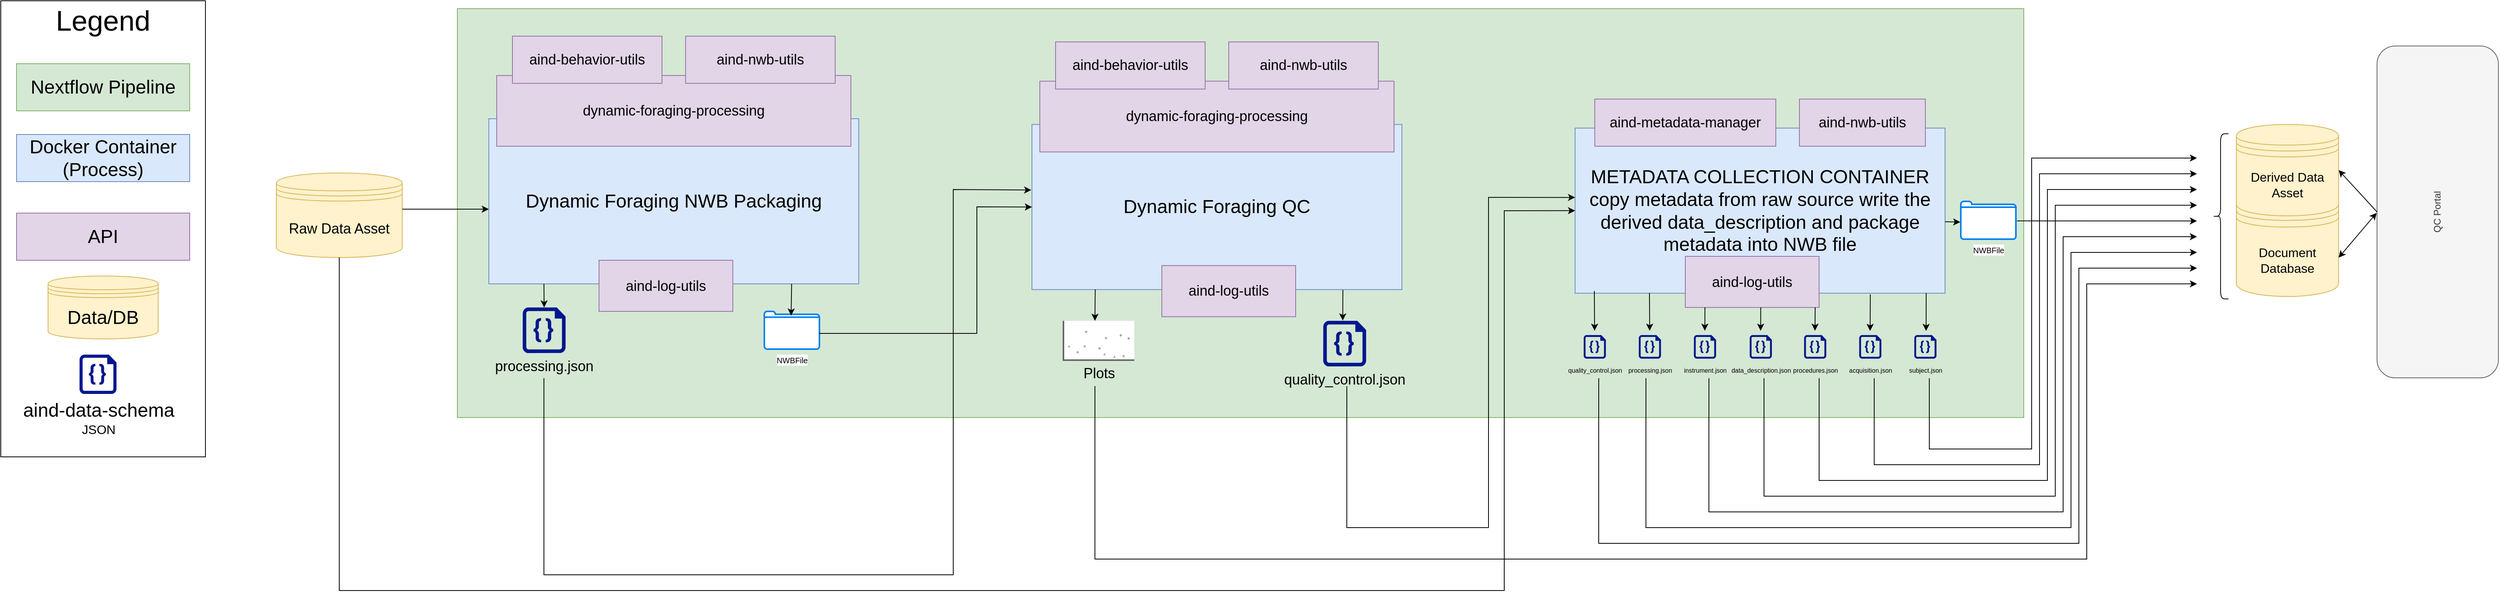
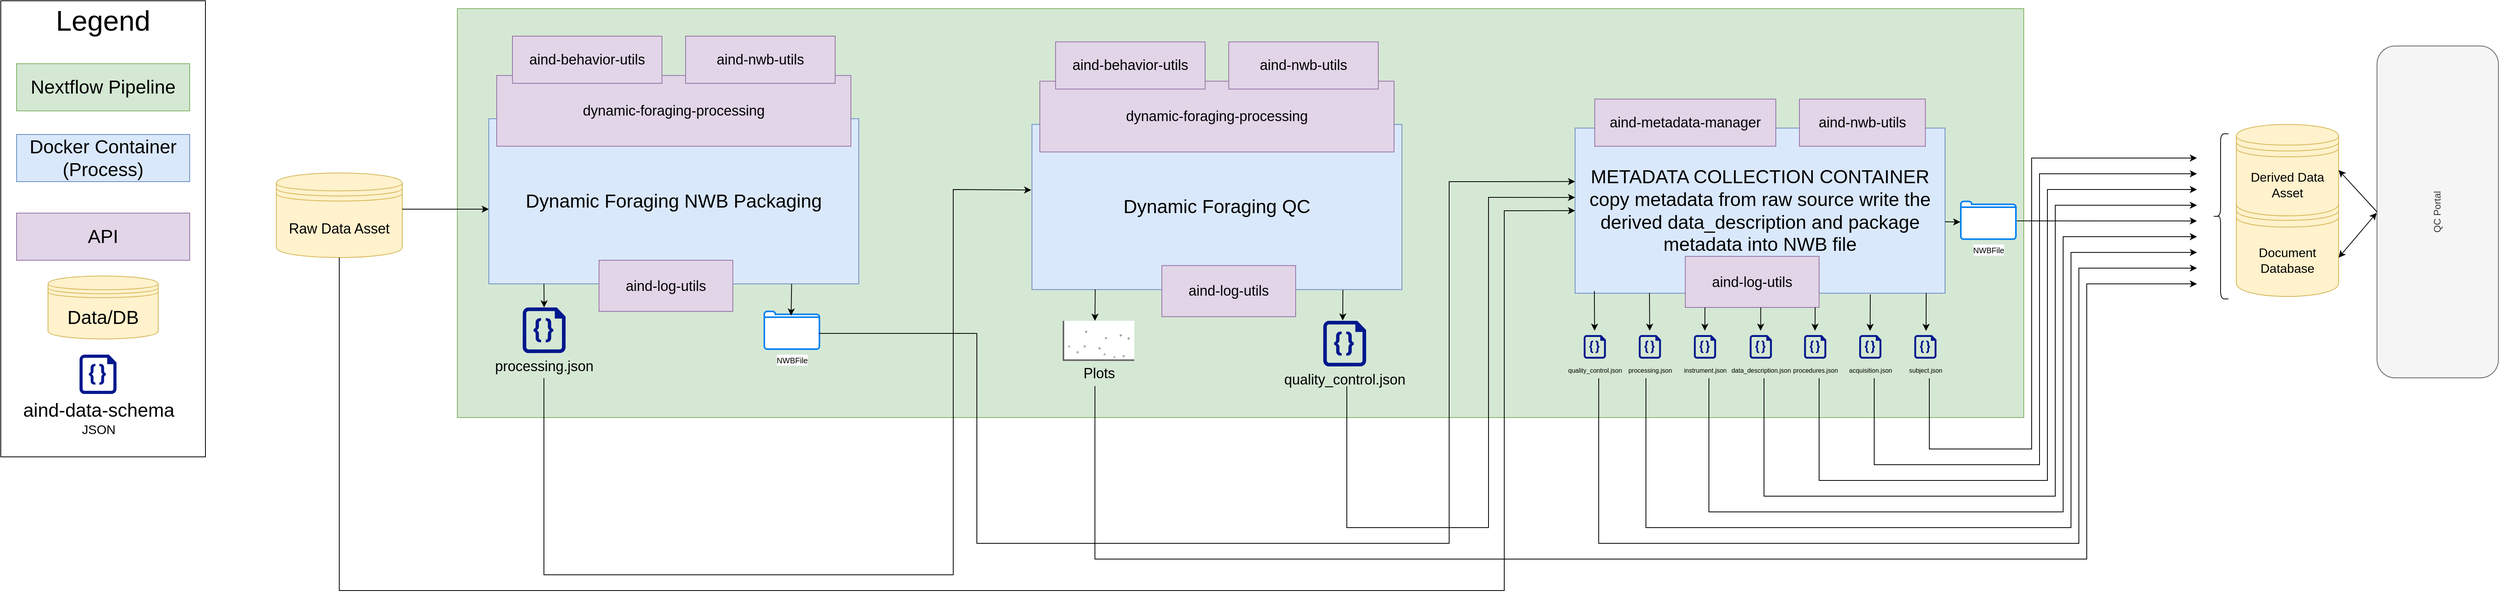
<mxfile host="Electron" agent="Mozilla/5.0 (Windows NT 10.0; Win64; x64) AppleWebKit/537.36 (KHTML, like Gecko) draw.io/29.2.9 Chrome/140.0.7339.249 Electron/38.7.2 Safari/537.36" version="29.2.9">
  <diagram name="Page-1" id="vGwxghS2Jf0l3ObwOOUD">
-     <mxGraphModel dx="3078" dy="1647" grid="1" gridSize="10" guides="1" tooltips="1" connect="1" arrows="1" fold="1" page="1" pageScale="1" pageWidth="850" pageHeight="1100" math="0" shadow="0">
+     <mxGraphModel dx="359" dy="917" grid="1" gridSize="10" guides="1" tooltips="1" connect="1" arrows="1" fold="1" page="1" pageScale="1" pageWidth="850" pageHeight="1100" math="0" shadow="0">
      <root>
        <mxCell id="0" />
        <mxCell id="1" parent="0" />
        <mxCell id="ucD0ku87yjtAbwI87e6s-2" parent="1" style="rounded=0;whiteSpace=wrap;html=1;fillColor=#d5e8d4;strokeColor=#82b366;" value="" vertex="1">
          <mxGeometry height="520" width="1990" x="1430" y="360" as="geometry" />
        </mxCell>
        <mxCell id="ucD0ku87yjtAbwI87e6s-4" parent="1" style="shape=datastore;whiteSpace=wrap;html=1;fillColor=#fff2cc;strokeColor=#d6b656;" value="&lt;font style=&quot;font-size: 18px;&quot;&gt;Raw Data Asset&lt;/font&gt;" vertex="1">
          <mxGeometry height="107.5" width="160" x="1200" y="568.97" as="geometry" />
        </mxCell>
        <mxCell id="ucD0ku87yjtAbwI87e6s-8" parent="1" style="rounded=0;whiteSpace=wrap;html=1;fillColor=#dae8fc;strokeColor=#6c8ebf;" value="&lt;span style=&quot;font-size: 24px;&quot;&gt;METADATA COLLECTION CONTAINER&lt;/span&gt;&lt;br&gt;&lt;div&gt;&lt;font style=&quot;font-size: 24px;&quot;&gt;copy metadata from raw source write the derived data_description and package metadata into NWB file&lt;/font&gt;&lt;/div&gt;" vertex="1">
          <mxGeometry height="210" width="470" x="2850" y="511.88" as="geometry" />
        </mxCell>
        <mxCell id="ucD0ku87yjtAbwI87e6s-9" parent="1" style="rounded=0;whiteSpace=wrap;html=1;fillColor=#e1d5e7;strokeColor=#9673a6;" value="&lt;font style=&quot;font-size: 18px;&quot;&gt;aind-metadata-manager&lt;/font&gt;" vertex="1">
          <mxGeometry height="60" width="230" x="2875" y="475" as="geometry" />
        </mxCell>
        <mxCell id="ucD0ku87yjtAbwI87e6s-10" parent="1" style="rounded=0;whiteSpace=wrap;html=1;rotation=0;fillColor=#e1d5e7;strokeColor=#9673a6;" value="&lt;font style=&quot;font-size: 18px;&quot;&gt;aind-log-utils&lt;/font&gt;" vertex="1">
          <mxGeometry height="65" width="170" x="2990" y="675" as="geometry" />
        </mxCell>
        <mxCell id="ucD0ku87yjtAbwI87e6s-11" parent="1" style="rounded=0;whiteSpace=wrap;html=1;fillColor=#e1d5e7;strokeColor=#9673a6;" value="&lt;font style=&quot;font-size: 18px;&quot;&gt;aind-nwb-utils&lt;/font&gt;" vertex="1">
          <mxGeometry height="60" width="160" x="3135" y="475" as="geometry" />
        </mxCell>
        <mxCell id="ucD0ku87yjtAbwI87e6s-12" connectable="0" parent="1" style="group;fillColor=#fff2cc;strokeColor=#d6b656;" value="" vertex="1">
          <mxGeometry height="580" width="260" x="850" y="350" as="geometry" />
        </mxCell>
        <mxCell id="ucD0ku87yjtAbwI87e6s-13" parent="ucD0ku87yjtAbwI87e6s-12" style="rounded=0;whiteSpace=wrap;html=1;" value="" vertex="1">
          <mxGeometry height="580" width="260" as="geometry" />
        </mxCell>
        <mxCell id="ucD0ku87yjtAbwI87e6s-14" parent="ucD0ku87yjtAbwI87e6s-12" style="text;html=1;whiteSpace=wrap;strokeColor=none;fillColor=none;align=center;verticalAlign=middle;rounded=0;" value="&lt;font style=&quot;font-size: 36px;&quot;&gt;Legend&lt;/font&gt;" vertex="1">
          <mxGeometry height="30" width="60" x="100" y="10" as="geometry" />
        </mxCell>
        <mxCell id="ucD0ku87yjtAbwI87e6s-15" parent="ucD0ku87yjtAbwI87e6s-12" style="rounded=0;whiteSpace=wrap;html=1;fillColor=#d5e8d4;strokeColor=#82b366;" value="&lt;font style=&quot;font-size: 24px;&quot;&gt;Nextflow Pipeline&lt;/font&gt;" vertex="1">
          <mxGeometry height="60" width="220" x="20" y="80" as="geometry" />
        </mxCell>
        <mxCell id="ucD0ku87yjtAbwI87e6s-16" parent="ucD0ku87yjtAbwI87e6s-12" style="rounded=0;whiteSpace=wrap;html=1;fillColor=#dae8fc;strokeColor=#6c8ebf;" value="&lt;font style=&quot;font-size: 24px;&quot;&gt;Docker Container (Process)&lt;/font&gt;" vertex="1">
          <mxGeometry height="60" width="220" x="20" y="170" as="geometry" />
        </mxCell>
        <mxCell id="ucD0ku87yjtAbwI87e6s-17" parent="ucD0ku87yjtAbwI87e6s-12" style="rounded=0;whiteSpace=wrap;html=1;fillColor=#e1d5e7;strokeColor=#9673a6;" value="&lt;font style=&quot;font-size: 24px;&quot;&gt;API&lt;/font&gt;" vertex="1">
          <mxGeometry height="60" width="220" x="20" y="270" as="geometry" />
        </mxCell>
        <mxCell id="ucD0ku87yjtAbwI87e6s-18" parent="ucD0ku87yjtAbwI87e6s-12" style="shape=datastore;whiteSpace=wrap;html=1;fillColor=#fff2cc;strokeColor=#d6b656;" value="&lt;font style=&quot;font-size: 24px;&quot;&gt;Data/DB&lt;/font&gt;" vertex="1">
          <mxGeometry height="80" width="140" x="60" y="350" as="geometry" />
        </mxCell>
        <mxCell id="ucD0ku87yjtAbwI87e6s-19" parent="ucD0ku87yjtAbwI87e6s-12" style="sketch=0;aspect=fixed;pointerEvents=1;shadow=0;dashed=0;html=1;strokeColor=none;labelPosition=center;verticalLabelPosition=bottom;verticalAlign=top;align=center;fillColor=#00188D;shape=mxgraph.azure.code_file" value="&lt;font style=&quot;font-size: 24px;&quot;&gt;aind-data-schema&lt;/font&gt;&lt;div&gt;&lt;font size=&quot;3&quot;&gt;JSON&lt;/font&gt;&lt;/div&gt;" vertex="1">
          <mxGeometry height="50" width="47" x="100" y="450" as="geometry" />
        </mxCell>
        <mxCell id="ucD0ku87yjtAbwI87e6s-22" parent="1" style="rounded=0;whiteSpace=wrap;html=1;fillColor=#dae8fc;strokeColor=#6c8ebf;" value="&lt;span style=&quot;font-size: 24px;&quot;&gt;Dynamic Foraging NWB Packaging&lt;/span&gt;" vertex="1">
          <mxGeometry height="210" width="470" x="1470" y="500" as="geometry" />
        </mxCell>
        <mxCell id="ucD0ku87yjtAbwI87e6s-23" parent="1" style="rounded=0;whiteSpace=wrap;html=1;fillColor=#e1d5e7;strokeColor=#9673a6;" value="&lt;font style=&quot;font-size: 18px;&quot;&gt;dynamic-foraging-processing&lt;/font&gt;" vertex="1">
          <mxGeometry height="90" width="450" x="1480" y="445" as="geometry" />
        </mxCell>
        <mxCell id="ucD0ku87yjtAbwI87e6s-24" parent="1" style="rounded=0;whiteSpace=wrap;html=1;fillColor=#e1d5e7;strokeColor=#9673a6;" value="&lt;font style=&quot;font-size: 18px;&quot;&gt;aind-nwb-utils&lt;/font&gt;" vertex="1">
          <mxGeometry height="60" width="190" x="1720" y="395" as="geometry" />
        </mxCell>
        <mxCell id="ucD0ku87yjtAbwI87e6s-25" parent="1" style="rounded=0;whiteSpace=wrap;html=1;fillColor=#e1d5e7;strokeColor=#9673a6;" value="&lt;font style=&quot;font-size: 18px;&quot;&gt;aind-behavior-utils&lt;/font&gt;" vertex="1">
          <mxGeometry height="60" width="190" x="1500" y="395" as="geometry" />
        </mxCell>
        <mxCell id="ucD0ku87yjtAbwI87e6s-26" parent="1" style="rounded=0;whiteSpace=wrap;html=1;rotation=0;fillColor=#e1d5e7;strokeColor=#9673a6;" value="&lt;font style=&quot;font-size: 18px;&quot;&gt;aind-log-utils&lt;/font&gt;" vertex="1">
          <mxGeometry height="65" width="170" x="1610" y="680" as="geometry" />
        </mxCell>
        <mxCell id="ucD0ku87yjtAbwI87e6s-33" parent="1" style="shape=datastore;whiteSpace=wrap;html=1;fillColor=#fff2cc;strokeColor=#d6b656;" value="&lt;font size=&quot;3&quot;&gt;Document Database&lt;/font&gt;" vertex="1">
          <mxGeometry height="135" width="130" x="3690" y="591.01" as="geometry" />
        </mxCell>
        <mxCell id="ucD0ku87yjtAbwI87e6s-34" parent="1" style="shape=datastore;whiteSpace=wrap;html=1;fillColor=#fff2cc;strokeColor=#d6b656;" value="&lt;font size=&quot;3&quot;&gt;Derived Data Asset&lt;/font&gt;" vertex="1">
          <mxGeometry height="116.25" width="130" x="3690" y="507.26" as="geometry" />
        </mxCell>
        <mxCell id="ucD0ku87yjtAbwI87e6s-37" parent="1" style="rounded=1;whiteSpace=wrap;html=1;rotation=-90;fillColor=#f5f5f5;strokeColor=#666666;fontColor=#333333;" value="QC Portal" vertex="1">
          <mxGeometry height="154.25" width="422.06" x="3734.85" y="541.35" as="geometry" />
        </mxCell>
        <mxCell id="ucD0ku87yjtAbwI87e6s-38" edge="1" parent="1" source="ucD0ku87yjtAbwI87e6s-37" style="endArrow=classic;html=1;rounded=0;exitX=0.5;exitY=0;exitDx=0;exitDy=0;entryX=1;entryY=0.5;entryDx=0;entryDy=0;" target="ucD0ku87yjtAbwI87e6s-34" value="">
          <mxGeometry height="50" relative="1" width="50" as="geometry">
            <mxPoint x="3860" y="586.63" as="sourcePoint" />
            <mxPoint x="3830" y="826.63" as="targetPoint" />
          </mxGeometry>
        </mxCell>
        <mxCell id="ucD0ku87yjtAbwI87e6s-39" edge="1" parent="1" style="endArrow=classic;startArrow=classic;html=1;rounded=0;entryX=0.497;entryY=-0.003;entryDx=0;entryDy=0;entryPerimeter=0;" target="ucD0ku87yjtAbwI87e6s-37" value="">
          <mxGeometry height="50" relative="1" width="50" as="geometry">
            <mxPoint x="3820" y="676.63" as="sourcePoint" />
            <mxPoint x="3870" y="626.63" as="targetPoint" />
          </mxGeometry>
        </mxCell>
        <mxCell id="XBMijPbnRn5yzxOUSNuw-1" parent="1" style="sketch=0;aspect=fixed;pointerEvents=1;shadow=0;dashed=0;html=1;strokeColor=none;labelPosition=center;verticalLabelPosition=bottom;verticalAlign=top;align=center;fillColor=#00188D;shape=mxgraph.azure.code_file" value="&lt;span style=&quot;font-size: 18px;&quot;&gt;processing.json&lt;/span&gt;" vertex="1">
          <mxGeometry height="58" width="54.52" x="1513" y="740" as="geometry" />
        </mxCell>
        <mxCell id="XBMijPbnRn5yzxOUSNuw-2" parent="1" style="sketch=0;aspect=fixed;pointerEvents=1;shadow=0;dashed=0;html=1;strokeColor=none;labelPosition=center;verticalLabelPosition=bottom;verticalAlign=top;align=center;fillColor=#00188D;shape=mxgraph.azure.code_file" value="&lt;span style=&quot;font-size: 18px;&quot;&gt;quality_control.json&lt;/span&gt;" vertex="1">
          <mxGeometry height="58" width="54.52" x="2530" y="757" as="geometry" />
        </mxCell>
        <mxCell id="XBMijPbnRn5yzxOUSNuw-3" edge="1" parent="1" source="ucD0ku87yjtAbwI87e6s-22" style="endArrow=classic;html=1;rounded=0;exitX=0.149;exitY=1;exitDx=0;exitDy=0;exitPerimeter=0;entryX=0.5;entryY=0;entryDx=0;entryDy=0;entryPerimeter=0;" target="XBMijPbnRn5yzxOUSNuw-1" value="">
          <mxGeometry height="50" relative="1" width="50" as="geometry">
            <mxPoint x="1570" y="950" as="sourcePoint" />
            <mxPoint x="1620" y="900" as="targetPoint" />
          </mxGeometry>
        </mxCell>
        <mxCell id="XBMijPbnRn5yzxOUSNuw-4" edge="1" parent="1" style="endArrow=classic;html=1;rounded=0;exitX=0.149;exitY=1;exitDx=0;exitDy=0;exitPerimeter=0;entryX=0.455;entryY=-0.007;entryDx=0;entryDy=0;entryPerimeter=0;" target="XBMijPbnRn5yzxOUSNuw-2" value="">
          <mxGeometry height="50" relative="1" width="50" as="geometry">
            <mxPoint x="2555" y="717.26" as="sourcePoint" />
            <mxPoint x="2555" y="747.26" as="targetPoint" />
          </mxGeometry>
        </mxCell>
        <mxCell id="ac3s_IaSw4kxKbjggmrB-1" parent="1" style="rounded=0;whiteSpace=wrap;html=1;fillColor=#dae8fc;strokeColor=#6c8ebf;" value="&lt;div&gt;&lt;font style=&quot;font-size: 24px;&quot;&gt;Dynamic Foraging QC&lt;/font&gt;&lt;/div&gt;" vertex="1">
          <mxGeometry height="210" width="470" x="2160" y="507.26" as="geometry" />
        </mxCell>
        <mxCell id="ac3s_IaSw4kxKbjggmrB-3" parent="1" style="rounded=0;whiteSpace=wrap;html=1;rotation=0;fillColor=#e1d5e7;strokeColor=#9673a6;" value="&lt;font style=&quot;font-size: 18px;&quot;&gt;aind-log-utils&lt;/font&gt;" vertex="1">
          <mxGeometry height="65" width="170" x="2325" y="686.75" as="geometry" />
        </mxCell>
        <mxCell id="ac3s_IaSw4kxKbjggmrB-5" parent="1" style="rounded=0;whiteSpace=wrap;html=1;fillColor=#e1d5e7;strokeColor=#9673a6;" value="&lt;font style=&quot;font-size: 18px;&quot;&gt;dynamic-foraging-processing&lt;/font&gt;" vertex="1">
          <mxGeometry height="90" width="450" x="2170" y="452.25" as="geometry" />
        </mxCell>
        <mxCell id="ac3s_IaSw4kxKbjggmrB-6" parent="1" style="rounded=0;whiteSpace=wrap;html=1;fillColor=#e1d5e7;strokeColor=#9673a6;" value="&lt;font style=&quot;font-size: 18px;&quot;&gt;aind-nwb-utils&lt;/font&gt;" vertex="1">
          <mxGeometry height="60" width="190" x="2410" y="402.25" as="geometry" />
        </mxCell>
        <mxCell id="ac3s_IaSw4kxKbjggmrB-7" parent="1" style="rounded=0;whiteSpace=wrap;html=1;fillColor=#e1d5e7;strokeColor=#9673a6;" value="&lt;font style=&quot;font-size: 18px;&quot;&gt;aind-behavior-utils&lt;/font&gt;" vertex="1">
          <mxGeometry height="60" width="190" x="2190" y="402.25" as="geometry" />
        </mxCell>
        <mxCell id="ac3s_IaSw4kxKbjggmrB-8" parent="1" style="verticalLabelPosition=bottom;shadow=0;dashed=0;align=center;html=1;verticalAlign=top;strokeWidth=1;shape=mxgraph.mockup.graphics.plotChart;strokeColor=none;strokeColor2=#aaaaaa;strokeColor3=#666666;fillColor2=#99aaff,#0022ff,#008cff;" value="&lt;font style=&quot;font-size: 18px;&quot;&gt;Plots&lt;/font&gt;" vertex="1">
          <mxGeometry height="50" width="90" x="2200" y="757" as="geometry" />
        </mxCell>
        <mxCell id="ac3s_IaSw4kxKbjggmrB-10" edge="1" parent="1" source="ac3s_IaSw4kxKbjggmrB-1" style="endArrow=classic;html=1;rounded=0;exitX=0.171;exitY=0.999;exitDx=0;exitDy=0;exitPerimeter=0;" value="">
          <mxGeometry height="50" relative="1" width="50" as="geometry">
            <mxPoint x="2240" y="724.26" as="sourcePoint" />
            <mxPoint x="2240" y="757" as="targetPoint" />
          </mxGeometry>
        </mxCell>
        <mxCell id="ac3s_IaSw4kxKbjggmrB-11" parent="1" style="html=1;verticalLabelPosition=bottom;align=center;labelBackgroundColor=#ffffff;verticalAlign=top;strokeWidth=2;strokeColor=#0080F0;shadow=0;dashed=0;shape=mxgraph.ios7.icons.folder;" value="&lt;font size=&quot;1&quot;&gt;NWBFile&lt;/font&gt;" vertex="1">
          <mxGeometry height="48" width="70" x="1820" y="745" as="geometry" />
        </mxCell>
        <mxCell id="ac3s_IaSw4kxKbjggmrB-12" edge="1" parent="1" style="endArrow=classic;html=1;rounded=0;exitX=0.149;exitY=1;exitDx=0;exitDy=0;exitPerimeter=0;entryX=0.486;entryY=0.111;entryDx=0;entryDy=0;entryPerimeter=0;" target="ac3s_IaSw4kxKbjggmrB-11" value="">
          <mxGeometry height="50" relative="1" width="50" as="geometry">
            <mxPoint x="1854.69" y="710" as="sourcePoint" />
            <mxPoint x="1854.69" y="740" as="targetPoint" />
          </mxGeometry>
        </mxCell>
        <mxCell id="ac3s_IaSw4kxKbjggmrB-16" edge="1" parent="1" style="endArrow=classic;html=1;rounded=0;exitX=0.149;exitY=1;exitDx=0;exitDy=0;exitPerimeter=0;entryX=0.455;entryY=-0.007;entryDx=0;entryDy=0;entryPerimeter=0;" value="">
          <mxGeometry height="50" relative="1" width="50" as="geometry">
            <mxPoint x="3014.98" y="740" as="sourcePoint" />
            <mxPoint x="3014.7866" y="769.5939999999999" as="targetPoint" />
          </mxGeometry>
        </mxCell>
        <mxCell id="ac3s_IaSw4kxKbjggmrB-24" edge="1" parent="1" source="ucD0ku87yjtAbwI87e6s-8" style="endArrow=classic;html=1;rounded=0;exitX=0.052;exitY=0.987;exitDx=0;exitDy=0;exitPerimeter=0;entryX=0.455;entryY=-0.007;entryDx=0;entryDy=0;entryPerimeter=0;" value="">
          <mxGeometry height="50" relative="1" width="50" as="geometry">
            <mxPoint x="2874.98" y="740" as="sourcePoint" />
            <mxPoint x="2874.7866" y="769.594" as="targetPoint" />
          </mxGeometry>
        </mxCell>
        <mxCell id="ac3s_IaSw4kxKbjggmrB-25" parent="1" style="sketch=0;aspect=fixed;pointerEvents=1;shadow=0;dashed=0;html=1;strokeColor=none;labelPosition=center;verticalLabelPosition=bottom;verticalAlign=top;align=center;fillColor=#00188D;shape=mxgraph.azure.code_file" value="&lt;font style=&quot;font-size: 8px;&quot;&gt;subject.json&lt;/font&gt;" vertex="1">
          <mxGeometry height="30" width="28.2" x="3280.9" y="775.12" as="geometry" />
        </mxCell>
        <mxCell id="ac3s_IaSw4kxKbjggmrB-28" edge="1" parent="1" style="endArrow=classic;html=1;rounded=0;exitX=0.149;exitY=1;exitDx=0;exitDy=0;exitPerimeter=0;entryX=0.455;entryY=-0.007;entryDx=0;entryDy=0;entryPerimeter=0;" value="">
          <mxGeometry height="50" relative="1" width="50" as="geometry">
            <mxPoint x="3085.88" y="740" as="sourcePoint" />
            <mxPoint x="3085.6866" y="769.5939999999999" as="targetPoint" />
          </mxGeometry>
        </mxCell>
        <mxCell id="ac3s_IaSw4kxKbjggmrB-29" edge="1" parent="1" style="endArrow=classic;html=1;rounded=0;entryX=-0.002;entryY=0.397;entryDx=0;entryDy=0;entryPerimeter=0;" target="ac3s_IaSw4kxKbjggmrB-1" value="">
          <mxGeometry height="50" relative="1" width="50" as="geometry">
            <Array as="points">
              <mxPoint x="1540" y="1080" />
              <mxPoint x="2060" y="1080" />
              <mxPoint x="2060" y="590" />
            </Array>
            <mxPoint x="1540" y="830" as="sourcePoint" />
            <mxPoint x="3640" y="690" as="targetPoint" />
          </mxGeometry>
        </mxCell>
        <mxCell id="ac3s_IaSw4kxKbjggmrB-31" edge="1" parent="1" style="endArrow=classic;html=1;rounded=0;" value="">
          <mxGeometry height="50" relative="1" width="50" as="geometry">
            <Array as="points">
              <mxPoint x="2880" y="1040" />
              <mxPoint x="3490" y="1040" />
              <mxPoint x="3490" y="690" />
            </Array>
            <mxPoint x="2880" y="830" as="sourcePoint" />
            <mxPoint x="3640" y="690" as="targetPoint" />
          </mxGeometry>
        </mxCell>
-         <mxCell id="ac3s_IaSw4kxKbjggmrB-33" edge="1" parent="1" source="ac3s_IaSw4kxKbjggmrB-11" style="endArrow=classic;html=1;rounded=0;entryX=0;entryY=0.5;entryDx=0;entryDy=0;exitX=0.992;exitY=0.583;exitDx=0;exitDy=0;exitPerimeter=0;" target="ac3s_IaSw4kxKbjggmrB-1" value="">
+         <mxCell id="ac3s_IaSw4kxKbjggmrB-33" edge="1" parent="1" source="ac3s_IaSw4kxKbjggmrB-11" style="endArrow=classic;html=1;rounded=0;exitX=0.992;exitY=0.583;exitDx=0;exitDy=0;exitPerimeter=0;entryX=0;entryY=0.324;entryDx=0;entryDy=0;entryPerimeter=0;" target="ucD0ku87yjtAbwI87e6s-8" value="">
          <mxGeometry height="50" relative="1" width="50" as="geometry">
            <Array as="points">
              <mxPoint x="2090" y="773" />
-               <mxPoint x="2090" y="612" />
+               <mxPoint x="2090" y="1040" />
+               <mxPoint x="2690" y="1040" />
+               <mxPoint x="2690" y="580" />
            </Array>
            <mxPoint x="1900" y="770" as="sourcePoint" />
            <mxPoint x="1950" y="720" as="targetPoint" />
          </mxGeometry>
        </mxCell>
        <mxCell id="ac3s_IaSw4kxKbjggmrB-34" edge="1" parent="1" style="endArrow=classic;html=1;rounded=0;" value="">
          <mxGeometry height="50" relative="1" width="50" as="geometry">
            <mxPoint x="1360" y="615" as="sourcePoint" />
            <mxPoint x="1470" y="615" as="targetPoint" />
          </mxGeometry>
        </mxCell>
        <mxCell id="ac3s_IaSw4kxKbjggmrB-35" edge="1" parent="1" source="ucD0ku87yjtAbwI87e6s-4" style="endArrow=classic;html=1;rounded=0;entryX=0;entryY=0.5;entryDx=0;entryDy=0;exitX=0.5;exitY=1;exitDx=0;exitDy=0;" target="ucD0ku87yjtAbwI87e6s-8" value="">
          <mxGeometry height="50" relative="1" width="50" as="geometry">
            <Array as="points">
              <mxPoint x="1280" y="1100" />
              <mxPoint x="2760" y="1100" />
              <mxPoint x="2760" y="617" />
            </Array>
            <mxPoint x="1296" y="596.85" as="sourcePoint" />
            <mxPoint x="1470" y="601.85" as="targetPoint" />
          </mxGeometry>
        </mxCell>
        <mxCell id="ac3s_IaSw4kxKbjggmrB-38" parent="1" style="shape=curlyBracket;whiteSpace=wrap;html=1;rounded=1;labelPosition=left;verticalLabelPosition=middle;align=right;verticalAlign=middle;" value="" vertex="1">
          <mxGeometry height="210" width="20" x="3660" y="519.13" as="geometry" />
        </mxCell>
        <mxCell id="ac3s_IaSw4kxKbjggmrB-39" edge="1" parent="1" style="endArrow=classic;html=1;rounded=0;entryX=0;entryY=0.42;entryDx=0;entryDy=0;entryPerimeter=0;" target="ucD0ku87yjtAbwI87e6s-8" value="">
          <mxGeometry height="50" relative="1" width="50" as="geometry">
            <Array as="points">
              <mxPoint x="2560" y="1020" />
              <mxPoint x="2740" y="1020" />
              <mxPoint x="2740" y="600" />
            </Array>
            <mxPoint x="2560" y="840.12" as="sourcePoint" />
            <mxPoint x="3640" y="640" as="targetPoint" />
          </mxGeometry>
        </mxCell>
        <mxCell id="ac3s_IaSw4kxKbjggmrB-41" edge="1" parent="1" style="endArrow=classic;html=1;rounded=0;" value="">
          <mxGeometry height="50" relative="1" width="50" as="geometry">
            <Array as="points">
              <mxPoint x="3020" y="1000" />
              <mxPoint x="3470" y="1000" />
              <mxPoint x="3470" y="650" />
            </Array>
            <mxPoint x="3020" y="830" as="sourcePoint" />
            <mxPoint x="3640" y="650" as="targetPoint" />
          </mxGeometry>
        </mxCell>
        <mxCell id="ac3s_IaSw4kxKbjggmrB-42" edge="1" parent="1" style="endArrow=classic;html=1;rounded=0;" value="">
          <mxGeometry height="50" relative="1" width="50" as="geometry">
            <Array as="points">
              <mxPoint x="3090" y="980" />
              <mxPoint x="3460" y="980" />
              <mxPoint x="3460" y="610" />
            </Array>
            <mxPoint x="3090" y="830" as="sourcePoint" />
            <mxPoint x="3640" y="610" as="targetPoint" />
          </mxGeometry>
        </mxCell>
        <mxCell id="ac3s_IaSw4kxKbjggmrB-43" edge="1" parent="1" style="endArrow=classic;html=1;rounded=0;" value="">
          <mxGeometry height="50" relative="1" width="50" as="geometry">
            <Array as="points">
              <mxPoint x="3160" y="960" />
              <mxPoint x="3450" y="960" />
              <mxPoint x="3450" y="590" />
            </Array>
            <mxPoint x="3160" y="830" as="sourcePoint" />
            <mxPoint x="3640" y="590" as="targetPoint" />
          </mxGeometry>
        </mxCell>
        <mxCell id="ac3s_IaSw4kxKbjggmrB-45" edge="1" parent="1" style="endArrow=classic;html=1;rounded=0;" value="">
          <mxGeometry height="50" relative="1" width="50" as="geometry">
            <Array as="points">
              <mxPoint x="3230" y="940" />
              <mxPoint x="3440" y="940" />
              <mxPoint x="3440" y="570" />
            </Array>
            <mxPoint x="3230" y="830" as="sourcePoint" />
            <mxPoint x="3640" y="570" as="targetPoint" />
          </mxGeometry>
        </mxCell>
        <mxCell id="ac3s_IaSw4kxKbjggmrB-46" edge="1" parent="1" style="endArrow=classic;html=1;rounded=0;" value="">
          <mxGeometry height="50" relative="1" width="50" as="geometry">
            <Array as="points">
              <mxPoint x="3300" y="920" />
              <mxPoint x="3430" y="920" />
              <mxPoint x="3430" y="550" />
            </Array>
            <mxPoint x="3300" y="830" as="sourcePoint" />
            <mxPoint x="3640" y="550" as="targetPoint" />
          </mxGeometry>
        </mxCell>
        <mxCell id="pRqk31yts45xJPshIIHP-4" parent="1" style="sketch=0;aspect=fixed;pointerEvents=1;shadow=0;dashed=0;html=1;strokeColor=none;labelPosition=center;verticalLabelPosition=bottom;verticalAlign=top;align=center;fillColor=#00188D;shape=mxgraph.azure.code_file" value="&lt;font style=&quot;font-size: 8px;&quot;&gt;acquisition.json&lt;/font&gt;" vertex="1">
          <mxGeometry height="30" width="28.2" x="3210.9" y="775.12" as="geometry" />
        </mxCell>
        <mxCell id="pRqk31yts45xJPshIIHP-5" parent="1" style="sketch=0;aspect=fixed;pointerEvents=1;shadow=0;dashed=0;html=1;strokeColor=none;labelPosition=center;verticalLabelPosition=bottom;verticalAlign=top;align=center;fillColor=#00188D;shape=mxgraph.azure.code_file" value="&lt;font style=&quot;font-size: 8px;&quot;&gt;procedures.json&lt;/font&gt;" vertex="1">
          <mxGeometry height="30" width="28.2" x="3140.9" y="775.12" as="geometry" />
        </mxCell>
        <mxCell id="pRqk31yts45xJPshIIHP-6" parent="1" style="sketch=0;aspect=fixed;pointerEvents=1;shadow=0;dashed=0;html=1;strokeColor=none;labelPosition=center;verticalLabelPosition=bottom;verticalAlign=top;align=center;fillColor=#00188D;shape=mxgraph.azure.code_file" value="&lt;font style=&quot;font-size: 8px;&quot;&gt;data_description.json&lt;/font&gt;&lt;span style=&quot;color: rgba(0, 0, 0, 0); font-family: monospace; font-size: 0px; text-align: start;&quot;&gt;%3CmxGraphModel%3E%3Croot%3E%3CmxCell%20id%3D%220%22%2F%3E%3CmxCell%20id%3D%221%22%20parent%3D%220%22%2F%3E%3CmxCell%20id%3D%222%22%20parent%3D%221%22%20style%3D%22sketch%3D0%3Baspect%3Dfixed%3BpointerEvents%3D1%3Bshadow%3D0%3Bdashed%3D0%3Bhtml%3D1%3BstrokeColor%3Dnone%3BlabelPosition%3Dcenter%3BverticalLabelPosition%3Dbottom%3BverticalAlign%3Dtop%3Balign%3Dcenter%3BfillColor%3D%2300188D%3Bshape%3Dmxgraph.azure.code_file%22%20value%3D%22%26lt%3Bfont%20style%3D%26quot%3Bfont-size%3A%208px%3B%26quot%3B%26gt%3Bsubject.json%26lt%3B%2Ffont%26gt%3B%22%20vertex%3D%221%22%3E%3CmxGeometry%20height%3D%2230%22%20width%3D%2228.2%22%20x%3D%223300%22%20y%3D%22754%22%20as%3D%22geometry%22%2F%3E%3C%2FmxCell%3E%3C%2Froot%3E%3C%2FmxGraphModel%3E&lt;/span&gt;" vertex="1">
          <mxGeometry height="30" width="28.2" x="3071.8" y="775.12" as="geometry" />
        </mxCell>
        <mxCell id="pRqk31yts45xJPshIIHP-7" parent="1" style="sketch=0;aspect=fixed;pointerEvents=1;shadow=0;dashed=0;html=1;strokeColor=none;labelPosition=center;verticalLabelPosition=bottom;verticalAlign=top;align=center;fillColor=#00188D;shape=mxgraph.azure.code_file" value="&lt;font style=&quot;font-size: 8px;&quot;&gt;instrument.json&lt;/font&gt;" vertex="1">
          <mxGeometry height="30" width="28.2" x="3000.9" y="775.12" as="geometry" />
        </mxCell>
        <mxCell id="pRqk31yts45xJPshIIHP-8" parent="1" style="sketch=0;aspect=fixed;pointerEvents=1;shadow=0;dashed=0;html=1;strokeColor=none;labelPosition=center;verticalLabelPosition=bottom;verticalAlign=top;align=center;fillColor=#00188D;shape=mxgraph.azure.code_file" value="&lt;font style=&quot;font-size: 8px;&quot;&gt;processing.json&lt;/font&gt;" vertex="1">
          <mxGeometry height="30" width="28.2" x="2930.9" y="775.12" as="geometry" />
        </mxCell>
        <mxCell id="pRqk31yts45xJPshIIHP-9" parent="1" style="sketch=0;aspect=fixed;pointerEvents=1;shadow=0;dashed=0;html=1;strokeColor=none;labelPosition=center;verticalLabelPosition=bottom;verticalAlign=top;align=center;fillColor=#00188D;shape=mxgraph.azure.code_file" value="&lt;font style=&quot;font-size: 8px;&quot;&gt;quality_control.json&lt;/font&gt;" vertex="1">
          <mxGeometry height="30" width="28.2" x="2860.9" y="775.12" as="geometry" />
        </mxCell>
        <mxCell id="pRqk31yts45xJPshIIHP-12" edge="1" parent="1" source="ucD0ku87yjtAbwI87e6s-8" style="endArrow=classic;html=1;rounded=0;exitX=0.949;exitY=0.999;exitDx=0;exitDy=0;exitPerimeter=0;entryX=0.455;entryY=-0.007;entryDx=0;entryDy=0;entryPerimeter=0;" value="">
          <mxGeometry height="50" relative="1" width="50" as="geometry">
            <mxPoint x="3296.0934" y="740.28" as="sourcePoint" />
            <mxPoint x="3295.9" y="769.8739999999999" as="targetPoint" />
          </mxGeometry>
        </mxCell>
        <mxCell id="pRqk31yts45xJPshIIHP-13" edge="1" parent="1" source="ucD0ku87yjtAbwI87e6s-8" style="endArrow=classic;html=1;rounded=0;entryX=0.455;entryY=-0.007;entryDx=0;entryDy=0;entryPerimeter=0;exitX=0.798;exitY=1.007;exitDx=0;exitDy=0;exitPerimeter=0;" value="">
          <mxGeometry height="50" relative="1" width="50" as="geometry">
            <mxPoint x="3225" y="720" as="sourcePoint" />
            <mxPoint x="3224.78" y="769.8739999999999" as="targetPoint" />
          </mxGeometry>
        </mxCell>
        <mxCell id="pRqk31yts45xJPshIIHP-14" edge="1" parent="1" source="ucD0ku87yjtAbwI87e6s-8" style="endArrow=classic;html=1;rounded=0;exitX=0.201;exitY=0.999;exitDx=0;exitDy=0;exitPerimeter=0;entryX=0.455;entryY=-0.007;entryDx=0;entryDy=0;entryPerimeter=0;" value="">
          <mxGeometry height="50" relative="1" width="50" as="geometry">
            <mxPoint x="2944.9734000000003" y="740" as="sourcePoint" />
            <mxPoint x="2944.78" y="769.5939999999999" as="targetPoint" />
          </mxGeometry>
        </mxCell>
        <mxCell id="pRqk31yts45xJPshIIHP-15" edge="1" parent="1" style="endArrow=classic;html=1;rounded=0;exitX=0.149;exitY=1;exitDx=0;exitDy=0;exitPerimeter=0;entryX=0.455;entryY=-0.007;entryDx=0;entryDy=0;entryPerimeter=0;" value="">
          <mxGeometry height="50" relative="1" width="50" as="geometry">
            <mxPoint x="3154.9734000000003" y="740" as="sourcePoint" />
            <mxPoint x="3154.78" y="769.5939999999999" as="targetPoint" />
          </mxGeometry>
        </mxCell>
        <mxCell id="zzQjPDLyHcnRpr_KJFj8-2" edge="1" parent="1" style="endArrow=classic;html=1;rounded=0;" value="">
          <mxGeometry height="50" relative="1" width="50" as="geometry">
            <Array as="points">
              <mxPoint x="2940" y="1020" />
              <mxPoint x="3480" y="1020" />
              <mxPoint x="3480" y="670" />
            </Array>
            <mxPoint x="2940" y="830" as="sourcePoint" />
            <mxPoint x="3640" y="670" as="targetPoint" />
          </mxGeometry>
        </mxCell>
        <mxCell id="zzQjPDLyHcnRpr_KJFj8-3" edge="1" parent="1" style="endArrow=classic;html=1;rounded=0;" value="">
          <mxGeometry height="50" relative="1" width="50" as="geometry">
            <Array as="points">
              <mxPoint x="2240" y="1060" />
              <mxPoint x="3500" y="1060" />
              <mxPoint x="3500" y="710" />
            </Array>
            <mxPoint x="2240" y="840" as="sourcePoint" />
            <mxPoint x="3640" y="710" as="targetPoint" />
          </mxGeometry>
        </mxCell>
        <mxCell id="zzQjPDLyHcnRpr_KJFj8-4" parent="1" style="html=1;verticalLabelPosition=bottom;align=center;labelBackgroundColor=#ffffff;verticalAlign=top;strokeWidth=2;strokeColor=#0080F0;shadow=0;dashed=0;shape=mxgraph.ios7.icons.folder;" value="&lt;font size=&quot;1&quot;&gt;NWBFile&lt;/font&gt;" vertex="1">
          <mxGeometry height="48" width="70" x="3340" y="605.13" as="geometry" />
        </mxCell>
        <mxCell id="zzQjPDLyHcnRpr_KJFj8-5" edge="1" parent="1" source="zzQjPDLyHcnRpr_KJFj8-4" style="endArrow=classic;html=1;rounded=0;exitX=1.019;exitY=0.516;exitDx=0;exitDy=0;exitPerimeter=0;" value="">
          <mxGeometry height="50" relative="1" width="50" as="geometry">
            <mxPoint x="3490.22" y="616.56" as="sourcePoint" />
            <mxPoint x="3640" y="630" as="targetPoint" />
          </mxGeometry>
        </mxCell>
        <mxCell id="zzQjPDLyHcnRpr_KJFj8-6" edge="1" parent="1" style="endArrow=classic;html=1;rounded=0;entryX=-0.009;entryY=0.547;entryDx=0;entryDy=0;entryPerimeter=0;" target="zzQjPDLyHcnRpr_KJFj8-4" value="">
          <mxGeometry height="50" relative="1" width="50" as="geometry">
            <mxPoint x="3320" y="631" as="sourcePoint" />
            <mxPoint x="3350" y="723.3439999999999" as="targetPoint" />
          </mxGeometry>
        </mxCell>
      </root>
    </mxGraphModel>
  </diagram>
</mxfile>
